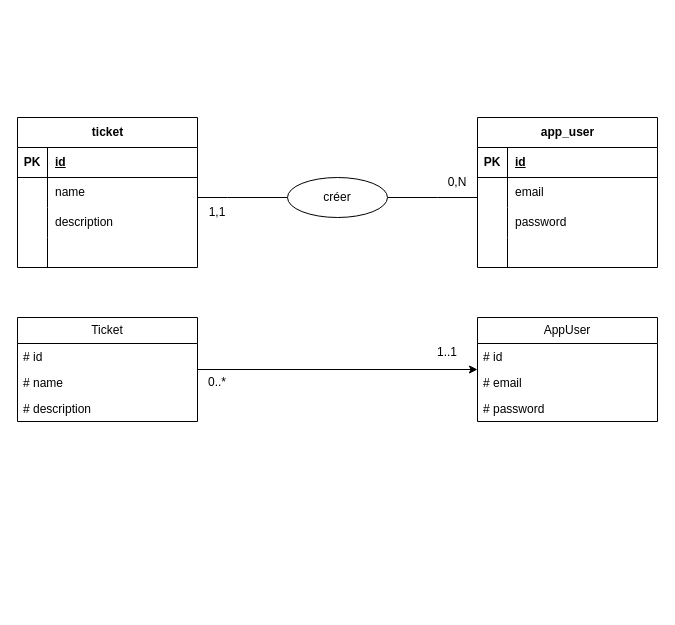
Before: mcd + diagramme de classe.drawio in fbansept/demo_spring_bsd_24_26, a draw.io diagram. Source tidied: cells renumbered, new cells numbered last; positions are measured from the earlier drawing's top-left corner, leaving out a move shared by most shapes. Both pictures are drawn from the tidied source at 100%, with x=0, y=0 at pixel (17, 117).
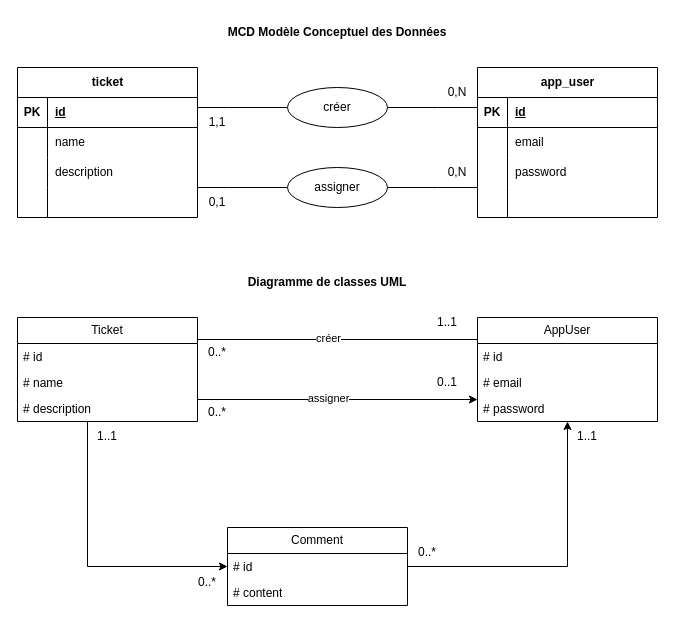
The same diagram, later.

Unchanged cells that the change refers to:
```xml
<mxCell id="34" value="Ticket" style="swimlane;fontStyle=0;horizontal=1;startSize=26;fillColor=none;whiteSpace=wrap;html=1;" parent="1" vertex="1">
  <mxGeometry y="200" width="180" height="104" as="geometry" />
</mxCell>
<mxCell id="38" value="AppUser" style="swimlane;fontStyle=0;horizontal=1;startSize=26;fillColor=none;whiteSpace=wrap;html=1;" parent="1" vertex="1">
  <mxGeometry x="460" y="200" width="180" height="104" as="geometry" />
</mxCell>
```

Change to the diagram source:
```diff
@@
     <mxCell id="2" value="ticket" style="shape=table;startSize=30;childLayout=tableLayout;rowLines=0;fontStyle=1;align=center;html=1;" parent="1" vertex="1">
-      <mxGeometry width="180" height="150" as="geometry" />
+      <mxGeometry y="-50" width="180" height="150" as="geometry" />
     </mxCell>
@@
     <mxCell id="15" value="app_user" style="shape=table;startSize=30;childLayout=tableLayout;rowLines=0;fontStyle=1;align=center;html=1;" parent="1" vertex="1">
-      <mxGeometry x="460" width="180" height="150" as="geometry" />
+      <mxGeometry x="460" y="-50" width="180" height="150" as="geometry" />
     </mxCell>
@@
-    <mxCell id="28" style="edgeStyle=orthogonalEdgeStyle;rounded=0;jettySize=auto;html=1;endArrow=none;endFill=0;" parent="1" edge="1" source="30" target="2">
+    <mxCell id="28" style="edgeStyle=orthogonalEdgeStyle;rounded=0;jettySize=auto;html=1;endArrow=none;endFill=0;" parent="1" edge="1" source="30">
       <mxGeometry relative="1" as="geometry">
+        <mxPoint x="180" y="-10" as="targetPoint" />
         <Array as="points">
-          <mxPoint x="210" y="80" />
-          <mxPoint x="210" y="80" />
+          <mxPoint x="210" y="-10" />
+          <mxPoint x="210" y="-10" />
         </Array>
       </mxGeometry>
     </mxCell>
-    <mxCell id="29" style="edgeStyle=orthogonalEdgeStyle;rounded=0;jettySize=auto;html=1;endArrow=none;endFill=0;" parent="1" edge="1" source="30" target="15">
+    <mxCell id="29" style="edgeStyle=orthogonalEdgeStyle;rounded=0;jettySize=auto;html=1;endArrow=none;endFill=0;" parent="1" edge="1" source="30">
       <mxGeometry relative="1" as="geometry">
+        <mxPoint x="460" y="-10" as="targetPoint" />
         <Array as="points">
-          <mxPoint x="420" y="80" />
-          <mxPoint x="420" y="80" />
+          <mxPoint x="420" y="-10" />
+          <mxPoint x="420" y="-10" />
         </Array>
       </mxGeometry>
     </mxCell>
     <mxCell id="30" value="créer" style="ellipse;whiteSpace=wrap;html=1;align=center;" parent="1" vertex="1">
-      <mxGeometry x="270" y="60" width="100" height="40" as="geometry" />
+      <mxGeometry x="270" y="-30" width="100" height="40" as="geometry" />
     </mxCell>
     <mxCell id="31" value="0,N" style="text;html=1;whiteSpace=wrap;strokeColor=none;fillColor=none;align=center;verticalAlign=middle;rounded=0;" parent="1" vertex="1">
-      <mxGeometry x="410" y="50" width="60" height="30" as="geometry" />
+      <mxGeometry x="410" y="-40" width="60" height="30" as="geometry" />
     </mxCell>
     <mxCell id="32" value="1,1" style="text;html=1;whiteSpace=wrap;strokeColor=none;fillColor=none;align=center;verticalAlign=middle;rounded=0;" parent="1" vertex="1">
-      <mxGeometry x="170" y="80" width="60" height="30" as="geometry" />
+      <mxGeometry x="170" y="-10" width="60" height="30" as="geometry" />
     </mxCell>
-    <mxCell id="33" style="edgeStyle=orthogonalEdgeStyle;rounded=0;jettySize=auto;html=1;endArrow=classic;endFill=1;" parent="1" edge="1" source="34" target="38">
-      <mxGeometry relative="1" as="geometry" />
+    <mxCell id="33" style="edgeStyle=orthogonalEdgeStyle;rounded=0;orthogonalLoop=1;jettySize=auto;html=1;endArrow=none;endFill=0;" parent="1" edge="1">
+      <mxGeometry relative="1" as="geometry">
+        <mxPoint x="180" y="222" as="sourcePoint" />
+        <mxPoint x="460" y="222" as="targetPoint" />
+      </mxGeometry>
     </mxCell>
+    <mxCell id="44" value="créer" style="edgeLabel;html=1;align=center;verticalAlign=middle;" parent="33" vertex="1">
+      <mxGeometry x="-0.07" y="2" relative="1" as="geometry" />
+    </mxCell>
+    <mxCell id="45" style="edgeStyle=orthogonalEdgeStyle;rounded=0;jettySize=auto;html=1;" parent="1" edge="1" source="34" target="58">
+      <mxGeometry relative="1" as="geometry">
+        <Array as="points">
+          <mxPoint x="70" y="449" />
+        </Array>
+      </mxGeometry>
+    </mxCell>
@@
     <mxCell id="42" value="1..1" style="text;html=1;whiteSpace=wrap;strokeColor=none;fillColor=none;align=center;verticalAlign=middle;rounded=0;" parent="1" vertex="1">
-      <mxGeometry x="400" y="220" width="60" height="30" as="geometry" />
+      <mxGeometry x="400" y="190" width="60" height="30" as="geometry" />
     </mxCell>
     <mxCell id="43" value="0..*" style="text;html=1;whiteSpace=wrap;strokeColor=none;fillColor=none;align=center;verticalAlign=middle;rounded=0;" parent="1" vertex="1">
-      <mxGeometry x="170" y="250" width="60" height="30" as="geometry" />
+      <mxGeometry x="170" y="220" width="60" height="30" as="geometry" />
     </mxCell>
+    <mxCell id="46" style="edgeStyle=orthogonalEdgeStyle;rounded=0;orthogonalLoop=1;jettySize=auto;html=1;endArrow=classic;endFill=1;" parent="1" edge="1">
+      <mxGeometry relative="1" as="geometry">
+        <mxPoint x="180" y="282" as="sourcePoint" />
+        <mxPoint x="460" y="282" as="targetPoint" />
+      </mxGeometry>
+    </mxCell>
+    <mxCell id="47" value="assigner" style="edgeLabel;html=1;align=center;verticalAlign=middle;" parent="46" vertex="1">
+      <mxGeometry x="-0.07" y="2" relative="1" as="geometry" />
+    </mxCell>
+    <mxCell id="48" value="0..1" style="text;html=1;whiteSpace=wrap;strokeColor=none;fillColor=none;align=center;verticalAlign=middle;rounded=0;" parent="1" vertex="1">
+      <mxGeometry x="400" y="250" width="60" height="30" as="geometry" />
+    </mxCell>
+    <mxCell id="49" value="0..*" style="text;html=1;whiteSpace=wrap;strokeColor=none;fillColor=none;align=center;verticalAlign=middle;rounded=0;" parent="1" vertex="1">
+      <mxGeometry x="170" y="280" width="60" height="30" as="geometry" />
+    </mxCell>
+    <mxCell id="50" style="edgeStyle=orthogonalEdgeStyle;rounded=0;jettySize=auto;html=1;endArrow=none;endFill=0;" parent="1" edge="1" source="52">
+      <mxGeometry relative="1" as="geometry">
+        <mxPoint x="180" y="70" as="targetPoint" />
+        <Array as="points">
+          <mxPoint x="210" y="70" />
+          <mxPoint x="210" y="70" />
+        </Array>
+      </mxGeometry>
+    </mxCell>
+    <mxCell id="51" style="edgeStyle=orthogonalEdgeStyle;rounded=0;jettySize=auto;html=1;endArrow=none;endFill=0;" parent="1" edge="1" source="52">
+      <mxGeometry relative="1" as="geometry">
+        <mxPoint x="460" y="70" as="targetPoint" />
+        <Array as="points">
+          <mxPoint x="420" y="70" />
+          <mxPoint x="420" y="70" />
+        </Array>
+      </mxGeometry>
+    </mxCell>
+    <mxCell id="52" value="assigner" style="ellipse;whiteSpace=wrap;html=1;align=center;" parent="1" vertex="1">
+      <mxGeometry x="270" y="50" width="100" height="40" as="geometry" />
+    </mxCell>
+    <mxCell id="53" value="0,N" style="text;html=1;whiteSpace=wrap;strokeColor=none;fillColor=none;align=center;verticalAlign=middle;rounded=0;" parent="1" vertex="1">
+      <mxGeometry x="410" y="40" width="60" height="30" as="geometry" />
+    </mxCell>
+    <mxCell id="54" value="0,1" style="text;html=1;whiteSpace=wrap;strokeColor=none;fillColor=none;align=center;verticalAlign=middle;rounded=0;" parent="1" vertex="1">
+      <mxGeometry x="170" y="70" width="60" height="30" as="geometry" />
+    </mxCell>
+    <mxCell id="55" value="MCD Modèle Conceptuel des Données" style="text;html=1;whiteSpace=wrap;strokeColor=none;fillColor=none;align=center;verticalAlign=middle;rounded=0;fontStyle=1;" parent="1" vertex="1">
+      <mxGeometry x="160" y="-100" width="320" height="30" as="geometry" />
+    </mxCell>
+    <mxCell id="56" value="Diagramme de classes UML" style="text;html=1;whiteSpace=wrap;strokeColor=none;fillColor=none;align=center;verticalAlign=middle;rounded=0;fontStyle=1;" parent="1" vertex="1">
+      <mxGeometry x="150" y="150" width="320" height="30" as="geometry" />
+    </mxCell>
+    <mxCell id="57" style="edgeStyle=orthogonalEdgeStyle;rounded=0;jettySize=auto;html=1;" parent="1" edge="1" source="58" target="38">
+      <mxGeometry relative="1" as="geometry" />
+    </mxCell>
+    <mxCell id="58" value="Comment" style="swimlane;fontStyle=0;horizontal=1;startSize=26;fillColor=none;whiteSpace=wrap;html=1;" parent="1" vertex="1">
+      <mxGeometry x="210" y="410" width="180" height="78" as="geometry" />
+    </mxCell>
+    <mxCell id="59" value="# id" style="text;strokeColor=none;fillColor=none;align=left;verticalAlign=top;spacingLeft=4;spacingRight=4;overflow=hidden;whiteSpace=wrap;html=1;" parent="58" vertex="1">
+      <mxGeometry y="26" width="180" height="26" as="geometry" />
+    </mxCell>
+    <mxCell id="60" value="# content" style="text;strokeColor=none;fillColor=none;align=left;verticalAlign=top;spacingLeft=4;spacingRight=4;overflow=hidden;whiteSpace=wrap;html=1;" parent="58" vertex="1">
+      <mxGeometry y="52" width="180" height="26" as="geometry" />
+    </mxCell>
+    <mxCell id="61" value="0..*" style="text;html=1;whiteSpace=wrap;strokeColor=none;fillColor=none;align=center;verticalAlign=middle;rounded=0;" parent="1" vertex="1">
+      <mxGeometry x="160" y="450" width="60" height="30" as="geometry" />
+    </mxCell>
+    <mxCell id="62" value="1..1" style="text;html=1;whiteSpace=wrap;strokeColor=none;fillColor=none;align=center;verticalAlign=middle;rounded=0;" parent="1" vertex="1">
+      <mxGeometry x="60" y="304" width="60" height="30" as="geometry" />
+    </mxCell>
+    <mxCell id="63" value="1..1" style="text;html=1;whiteSpace=wrap;strokeColor=none;fillColor=none;align=center;verticalAlign=middle;rounded=0;" parent="1" vertex="1">
+      <mxGeometry x="540" y="304" width="60" height="30" as="geometry" />
+    </mxCell>
+    <mxCell id="64" value="0..*" style="text;html=1;whiteSpace=wrap;strokeColor=none;fillColor=none;align=center;verticalAlign=middle;rounded=0;" parent="1" vertex="1">
+      <mxGeometry x="380" y="420" width="60" height="30" as="geometry" />
+    </mxCell>
```
